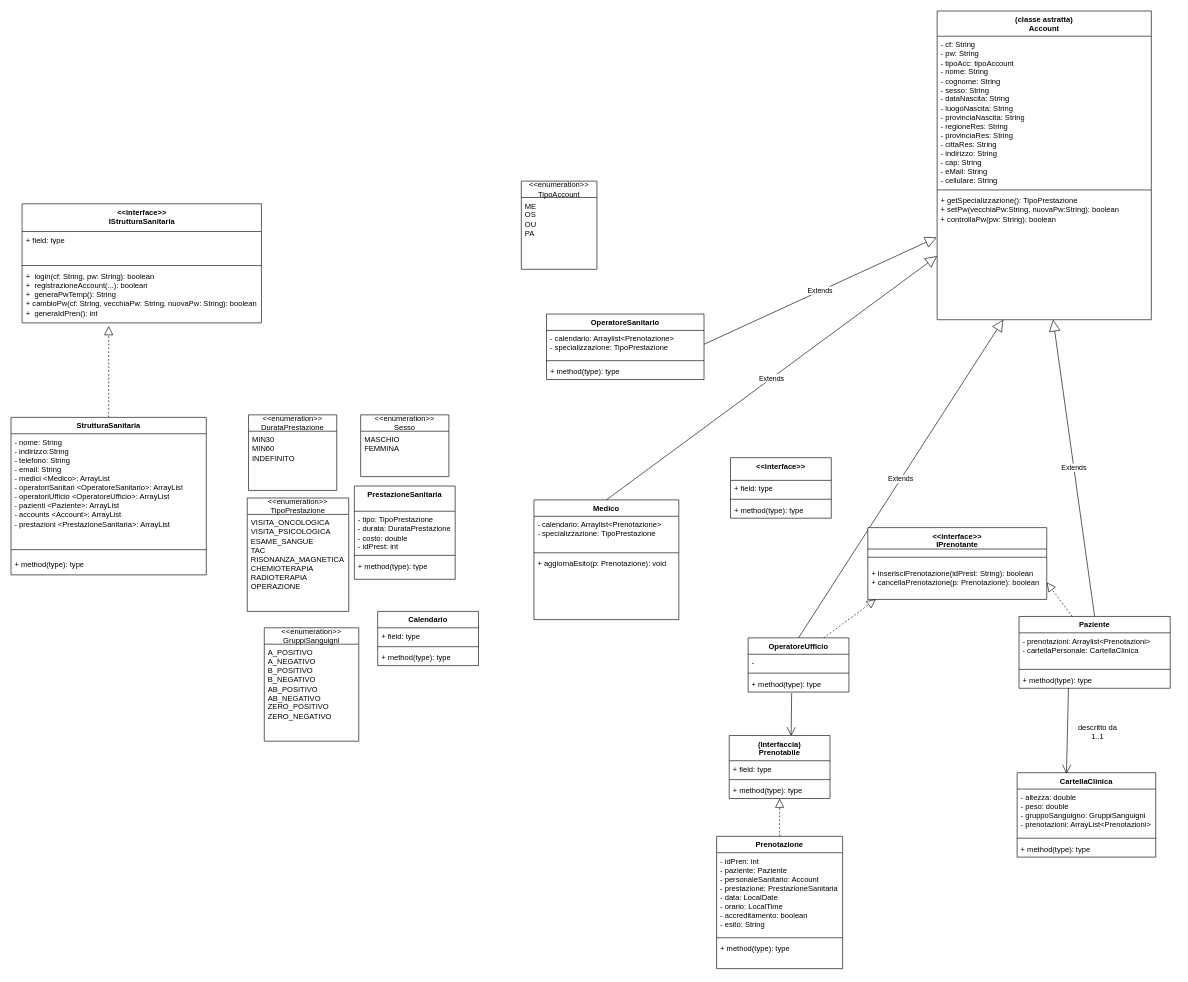
Above: diagramma_UML.drawio in IngSW-unipv/Progetto-D23 (draw.io), before the change. Source tidied: cells renumbered, new cells numbered last; positions are measured from the earlier drawing's top-left corner, leaving out a move shared by most shapes. Both pictures are drawn from the tidied source at 63%, with x=0, y=0 at pixel (11, 11).
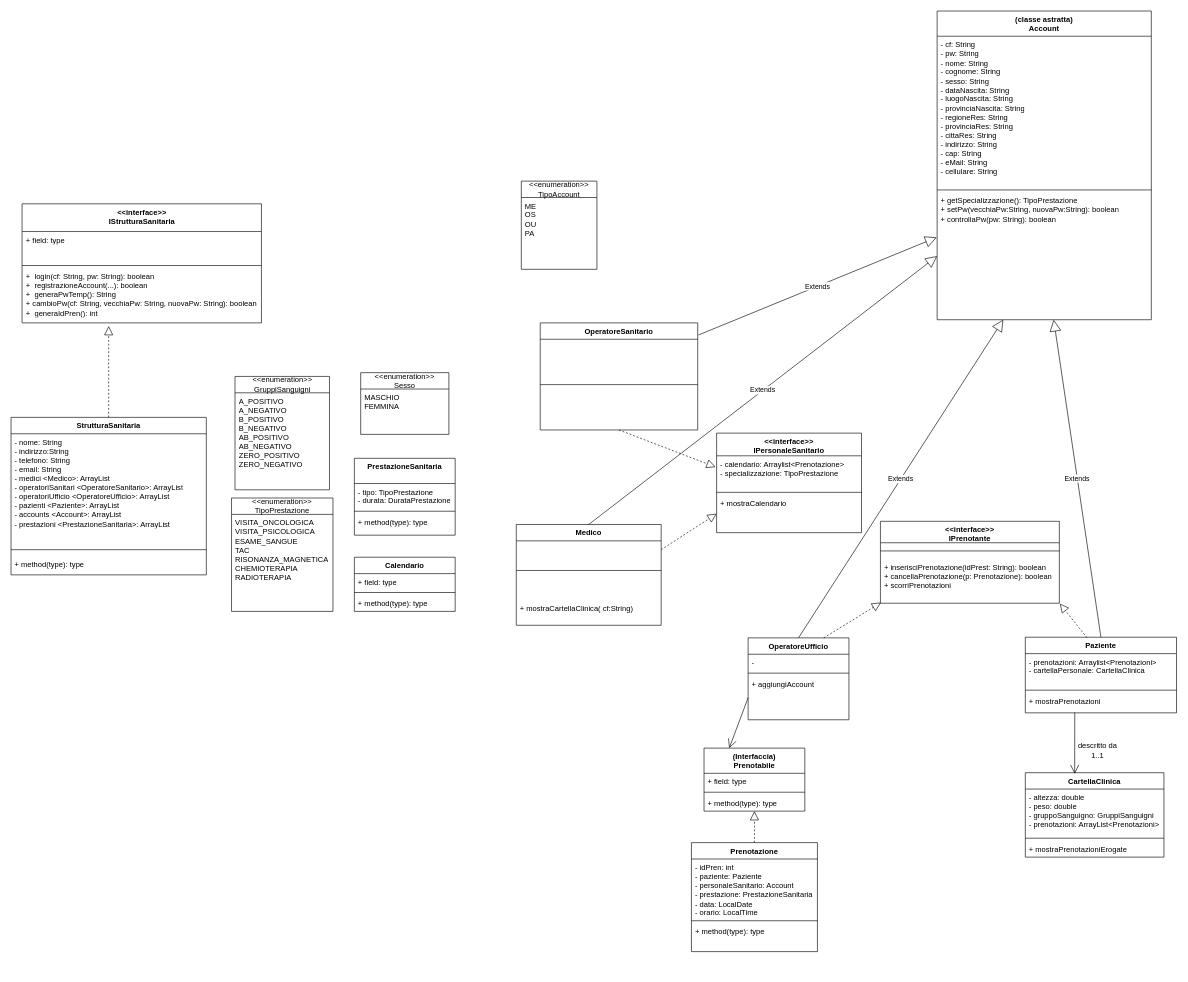
The same page after the edit.

Commit message:
Aggiornamento UML

Unchanged cells that the change refers to:
```xml
<mxCell id="74" value="(classe astratta)&lt;br&gt;Account" style="swimlane;fontStyle=1;align=center;verticalAlign=top;horizontal=1;startSize=40;whiteSpace=wrap;html=1;" parent="1" vertex="1">
  <mxGeometry x="1470" width="340" height="490" as="geometry" />
</mxCell>
```

Change to the diagram source:
```diff
@@
     <mxCell id="2" value="Medico" style="swimlane;fontStyle=1;align=center;verticalAlign=top;horizontal=1;startSize=26;whiteSpace=wrap;html=1;" parent="1" vertex="1">
-      <mxGeometry x="830" y="776" width="230" height="190" as="geometry" />
+      <mxGeometry x="802" y="815" width="230" height="160" as="geometry" />
     </mxCell>
-    <mxCell id="3" value="- calendario: Arraylist&amp;lt;Prenotazione&amp;gt;&lt;br&gt;- specializzazione: TipoPrestazione" style="text;strokeColor=none;fillColor=none;align=left;verticalAlign=top;spacingLeft=4;spacingRight=4;overflow=hidden;whiteSpace=wrap;html=1;" parent="2" vertex="1">
-      <mxGeometry y="26" width="230" height="54" as="geometry" />
-    </mxCell>
     <mxCell id="4" style="line;strokeWidth=1;fillColor=none;align=left;verticalAlign=middle;spacingTop=-1;spacingLeft=3;spacingRight=3;labelPosition=right;strokeColor=inherit;" parent="2" vertex="1">
-      <mxGeometry y="80" width="230" height="8" as="geometry" />
+      <mxGeometry y="26" width="230" height="94" as="geometry" />
     </mxCell>
-    <mxCell id="5" value="+ aggiornaEsito(p: Prenotazione): void" style="text;strokeColor=none;fillColor=none;align=left;verticalAlign=top;spacingLeft=4;spacingRight=4;overflow=hidden;whiteSpace=wrap;html=1;" parent="2" vertex="1">
-      <mxGeometry y="88" width="230" height="102" as="geometry" />
+    <mxCell id="5" value="+ mostraCartellaClinica( cf:String)" style="text;strokeColor=none;fillColor=none;align=left;verticalAlign=top;spacingLeft=4;spacingRight=4;overflow=hidden;whiteSpace=wrap;html=1;" parent="2" vertex="1">
+      <mxGeometry y="120" width="230" height="40" as="geometry" />
     </mxCell>
     <mxCell id="6" value="OperatoreUfficio" style="swimlane;fontStyle=1;align=center;verticalAlign=top;horizontal=1;startSize=26;whiteSpace=wrap;html=1;" parent="1" vertex="1">
-      <mxGeometry x="1170" y="995" width="160" height="86" as="geometry" />
+      <mxGeometry x="1170" y="995" width="160" height="130" as="geometry" />
     </mxCell>
@@
-    <mxCell id="9" value="+ method(type): type" style="text;strokeColor=none;fillColor=none;align=left;verticalAlign=top;spacingLeft=4;spacingRight=4;overflow=hidden;points=[[0,0.5],[1,0.5]];portConstraint=eastwest;whiteSpace=wrap;html=1;" parent="6" vertex="1">
-      <mxGeometry y="60" width="160" height="26" as="geometry" />
+    <mxCell id="9" value="+ aggiungiAccount&lt;br&gt;" style="text;strokeColor=none;fillColor=none;align=left;verticalAlign=top;spacingLeft=4;spacingRight=4;overflow=hidden;points=[[0,0.5],[1,0.5]];portConstraint=eastwest;whiteSpace=wrap;html=1;" parent="6" vertex="1">
+      <mxGeometry y="60" width="160" height="70" as="geometry" />
     </mxCell>
     <mxCell id="10" value="Paziente" style="swimlane;fontStyle=1;align=center;verticalAlign=top;horizontal=1;startSize=26;whiteSpace=wrap;html=1;" parent="1" vertex="1">
-      <mxGeometry x="1600" y="961" width="240" height="114" as="geometry" />
+      <mxGeometry x="1610" y="994" width="240" height="120" as="geometry" />
     </mxCell>
@@
-    <mxCell id="13" value="+ method(type): type" style="text;strokeColor=none;fillColor=none;align=left;verticalAlign=top;spacingLeft=4;spacingRight=4;overflow=hidden;points=[[0,0.5],[1,0.5]];portConstraint=eastwest;whiteSpace=wrap;html=1;" parent="10" vertex="1">
-      <mxGeometry y="88" width="240" height="26" as="geometry" />
+    <mxCell id="13" value="+ mostraPrenotazioni&lt;br&gt;" style="text;strokeColor=none;fillColor=none;align=left;verticalAlign=top;spacingLeft=4;spacingRight=4;overflow=hidden;points=[[0,0.5],[1,0.5]];portConstraint=eastwest;whiteSpace=wrap;html=1;" parent="10" vertex="1">
+      <mxGeometry y="88" width="240" height="32" as="geometry" />
     </mxCell>
     <mxCell id="14" value="CartellaClinica" style="swimlane;fontStyle=1;align=center;verticalAlign=top;horizontal=1;startSize=26;whiteSpace=wrap;html=1;" parent="1" vertex="1">
-      <mxGeometry x="1597" y="1209" width="220" height="134" as="geometry" />
+      <mxGeometry x="1610" y="1209" width="220" height="134" as="geometry" />
     </mxCell>
@@
-    <mxCell id="17" value="+ method(type): type" style="text;strokeColor=none;fillColor=none;align=left;verticalAlign=top;spacingLeft=4;spacingRight=4;overflow=hidden;whiteSpace=wrap;html=1;" parent="14" vertex="1">
+    <mxCell id="17" value="+ mostraPrenotazioniErogate" style="text;strokeColor=none;fillColor=none;align=left;verticalAlign=top;spacingLeft=4;spacingRight=4;overflow=hidden;whiteSpace=wrap;html=1;" parent="14" vertex="1">
       <mxGeometry y="108" width="220" height="26" as="geometry" />
     </mxCell>
@@
     <mxCell id="22" value="descritto da&lt;br&gt;1..1" style="text;strokeColor=none;align=center;fillColor=none;html=1;verticalAlign=middle;whiteSpace=wrap;rounded=0;" parent="1" vertex="1">
-      <mxGeometry x="1690" y="1129" width="70" height="30" as="geometry" />
+      <mxGeometry x="1690" y="1159" width="70" height="30" as="geometry" />
     </mxCell>
     <mxCell id="23" value="Calendario" style="swimlane;fontStyle=1;align=center;verticalAlign=top;horizontal=1;startSize=26;whiteSpace=wrap;html=1;" parent="1" vertex="1">
-      <mxGeometry x="582" y="953" width="160" height="86" as="geometry" />
+      <mxGeometry x="545" y="867" width="160" height="86" as="geometry" />
     </mxCell>
@@
     <mxCell id="29" value="OperatoreSanitario" style="swimlane;fontStyle=1;align=center;verticalAlign=top;horizontal=1;startSize=26;whiteSpace=wrap;html=1;" parent="1" vertex="1">
-      <mxGeometry x="850" y="481" width="250" height="104" as="geometry" />
+      <mxGeometry x="840" y="495" width="250" height="170" as="geometry" />
     </mxCell>
-    <mxCell id="30" value="- calendario: Arraylist&amp;lt;Prenotazione&amp;gt;&lt;br style=&quot;border-color: var(--border-color);&quot;&gt;- specializzazione: TipoPrestazione" style="text;strokeColor=none;fillColor=none;align=left;verticalAlign=top;spacingLeft=4;spacingRight=4;overflow=hidden;points=[[0,0.5],[1,0.5]];portConstraint=eastwest;whiteSpace=wrap;html=1;" parent="29" vertex="1">
-      <mxGeometry y="26" width="250" height="44" as="geometry" />
-    </mxCell>
     <mxCell id="31" style="line;strokeWidth=1;fillColor=none;align=left;verticalAlign=middle;spacingTop=-1;spacingLeft=3;spacingRight=3;labelPosition=right;strokeColor=inherit;" parent="29" vertex="1">
-      <mxGeometry y="70" width="250" height="8" as="geometry" />
+      <mxGeometry y="26" width="250" height="144" as="geometry" />
     </mxCell>
-    <mxCell id="32" value="+ method(type): type" style="text;strokeColor=none;fillColor=none;align=left;verticalAlign=top;spacingLeft=4;spacingRight=4;overflow=hidden;whiteSpace=wrap;html=1;" parent="29" vertex="1">
-      <mxGeometry y="78" width="250" height="26" as="geometry" />
-    </mxCell>
-    <mxCell id="33" value="Extends" style="endArrow=block;endSize=16;endFill=0;html=1;rounded=0;exitX=1;exitY=0.5;exitDx=0;exitDy=0;entryX=-0.002;entryY=0.353;entryDx=0;entryDy=0;entryPerimeter=0;" parent="1" edge="1" source="30" target="77">
+    <mxCell id="33" value="Extends" style="endArrow=block;endSize=16;endFill=0;html=1;rounded=0;entryX=-0.002;entryY=0.353;entryDx=0;entryDy=0;entryPerimeter=0;exitX=1.005;exitY=0.113;exitDx=0;exitDy=0;exitPerimeter=0;" parent="1" edge="1" source="29" target="77">
       <mxGeometry relative="1" as="geometry" />
     </mxCell>
@@
     <mxCell id="38" value="PrestazioneSanitaria" style="swimlane;fontStyle=1;align=center;verticalAlign=top;horizontal=1;startSize=40;whiteSpace=wrap;html=1;" parent="1" vertex="1">
-      <mxGeometry x="545" y="754" width="160" height="148" as="geometry" />
+      <mxGeometry x="545" y="710" width="160" height="122" as="geometry" />
     </mxCell>
-    <mxCell id="39" value="- tipo: TipoPrestazione&lt;br&gt;- durata: DurataPrestazione&lt;br&gt;- costo: double&lt;br&gt;- idPrest: int" style="text;strokeColor=none;fillColor=none;align=left;verticalAlign=top;spacingLeft=4;spacingRight=4;overflow=hidden;whiteSpace=wrap;html=1;" parent="38" vertex="1">
-      <mxGeometry y="40" width="160" height="66" as="geometry" />
+    <mxCell id="39" value="- tipo: TipoPrestazione&lt;br&gt;- durata: DurataPrestazione&lt;br&gt;" style="text;strokeColor=none;fillColor=none;align=left;verticalAlign=top;spacingLeft=4;spacingRight=4;overflow=hidden;whiteSpace=wrap;html=1;" parent="38" vertex="1">
+      <mxGeometry y="40" width="160" height="40" as="geometry" />
     </mxCell>
     <mxCell id="40" style="line;strokeWidth=1;fillColor=none;align=left;verticalAlign=middle;spacingTop=-1;spacingLeft=3;spacingRight=3;labelPosition=right;strokeColor=inherit;" parent="38" vertex="1">
-      <mxGeometry y="106" width="160" height="8" as="geometry" />
+      <mxGeometry y="80" width="160" height="8" as="geometry" />
     </mxCell>
     <mxCell id="41" value="+ method(type): type" style="text;strokeColor=none;fillColor=none;align=left;verticalAlign=top;spacingLeft=4;spacingRight=4;overflow=hidden;whiteSpace=wrap;html=1;" parent="38" vertex="1">
-      <mxGeometry y="114" width="160" height="34" as="geometry" />
+      <mxGeometry y="88" width="160" height="34" as="geometry" />
     </mxCell>
-    <mxCell id="42" value="&amp;lt;&amp;lt;enumeration&amp;gt;&amp;gt;&lt;br style=&quot;border-color: var(--border-color);&quot;&gt;DurataPrestazione" style="swimlane;fontStyle=0;horizontal=1;startSize=26;fillColor=none;whiteSpace=wrap;html=1;" parent="1" vertex="1">
-      <mxGeometry x="377" y="641" width="140" height="120" as="geometry" />
-    </mxCell>
-    <mxCell id="43" value="MIN30&lt;br&gt;MIN60&lt;br&gt;INDEFINITO&lt;br&gt;&lt;br&gt;" style="text;strokeColor=none;fillColor=none;align=left;verticalAlign=top;spacingLeft=4;spacingRight=4;overflow=hidden;whiteSpace=wrap;html=1;" parent="42" vertex="1">
-      <mxGeometry y="26" width="140" height="94" as="geometry" />
-    </mxCell>
     <mxCell id="44" value="&amp;lt;&amp;lt;enumeration&amp;gt;&amp;gt;&lt;br style=&quot;border-color: var(--border-color);&quot;&gt;TipoPrestazione" style="swimlane;fontStyle=0;horizontal=1;startSize=26;fillColor=none;whiteSpace=wrap;html=1;" parent="1" vertex="1">
-      <mxGeometry x="375" y="773" width="161" height="180" as="geometry" />
+      <mxGeometry x="350" y="773" width="161" height="180" as="geometry" />
     </mxCell>
-    <mxCell id="45" value="VISITA_ONCOLOGICA&lt;br&gt;VISITA_PSICOLOGICA&lt;br&gt;ESAME_SANGUE&lt;br&gt;TAC&lt;br&gt;RISONANZA_MAGNETICA&lt;br&gt;CHEMIOTERAPIA&lt;br&gt;RADIOTERAPIA&lt;br&gt;OPERAZIONE&lt;br&gt;&lt;br&gt;" style="text;strokeColor=none;fillColor=none;align=left;verticalAlign=top;spacingLeft=4;spacingRight=4;overflow=hidden;whiteSpace=wrap;html=1;" parent="44" vertex="1">
+    <mxCell id="45" value="VISITA_ONCOLOGICA&lt;br&gt;VISITA_PSICOLOGICA&lt;br&gt;ESAME_SANGUE&lt;br&gt;TAC&lt;br&gt;RISONANZA_MAGNETICA&lt;br&gt;CHEMIOTERAPIA&lt;br&gt;RADIOTERAPIA&lt;br&gt;&lt;br&gt;" style="text;strokeColor=none;fillColor=none;align=left;verticalAlign=top;spacingLeft=4;spacingRight=4;overflow=hidden;whiteSpace=wrap;html=1;" parent="44" vertex="1">
       <mxGeometry y="26" width="161" height="154" as="geometry" />
     </mxCell>
     <mxCell id="46" value="Prenotazione" style="swimlane;fontStyle=1;align=center;verticalAlign=top;horizontal=1;startSize=26;whiteSpace=wrap;html=1;" parent="1" vertex="1">
-      <mxGeometry x="1120" y="1310" width="200" height="210" as="geometry" />
+      <mxGeometry x="1080" y="1320" width="200" height="173" as="geometry" />
     </mxCell>
-    <mxCell id="47" value="- idPren: int&lt;br&gt;- paziente: Paziente&lt;br&gt;- personaleSanitario: Account&lt;br&gt;- prestazione: PrestazioneSanitaria&lt;br&gt;- data: LocalDate&lt;br&gt;- orario: LocalTime&lt;br&gt;- accreditamento: boolean&lt;br&gt;- esito: String" style="text;strokeColor=none;fillColor=none;align=left;verticalAlign=top;spacingLeft=4;spacingRight=4;overflow=hidden;whiteSpace=wrap;html=1;" parent="46" vertex="1">
-      <mxGeometry y="26" width="200" height="131" as="geometry" />
+    <mxCell id="47" value="- idPren: int&lt;br&gt;- paziente: Paziente&lt;br&gt;- personaleSanitario: Account&lt;br&gt;- prestazione: PrestazioneSanitaria&lt;br&gt;- data: LocalDate&lt;br&gt;- orario: LocalTime&lt;br&gt;&lt;br&gt;" style="text;strokeColor=none;fillColor=none;align=left;verticalAlign=top;spacingLeft=4;spacingRight=4;overflow=hidden;whiteSpace=wrap;html=1;" parent="46" vertex="1">
+      <mxGeometry y="26" width="200" height="94" as="geometry" />
     </mxCell>
     <mxCell id="48" style="line;strokeWidth=1;fillColor=none;align=left;verticalAlign=middle;spacingTop=-1;spacingLeft=3;spacingRight=3;labelPosition=right;strokeColor=inherit;" parent="46" vertex="1">
-      <mxGeometry y="157" width="200" height="8" as="geometry" />
+      <mxGeometry y="120" width="200" height="8" as="geometry" />
     </mxCell>
     <mxCell id="49" value="+ method(type): type" style="text;strokeColor=none;fillColor=none;align=left;verticalAlign=top;spacingLeft=4;spacingRight=4;overflow=hidden;whiteSpace=wrap;html=1;" parent="46" vertex="1">
-      <mxGeometry y="165" width="200" height="45" as="geometry" />
+      <mxGeometry y="128" width="200" height="45" as="geometry" />
     </mxCell>
-    <mxCell id="50" style="endArrow=open;endFill=1;endSize=12;html=1;rounded=0;exitX=0.432;exitY=1.059;exitDx=0;exitDy=0;exitPerimeter=0;entryX=0.614;entryY=0.008;entryDx=0;entryDy=0;entryPerimeter=0;" parent="1" edge="1" source="9" target="51">
+    <mxCell id="50" style="endArrow=open;endFill=1;endSize=12;html=1;rounded=0;entryX=0.25;entryY=0;entryDx=0;entryDy=0;exitX=0;exitY=0.5;exitDx=0;exitDy=0;" parent="1" edge="1" source="9" target="51">
       <mxGeometry relative="1" as="geometry" />
     </mxCell>
     <mxCell id="51" value="(Interfaccia)&lt;br&gt;Prenotabile" style="swimlane;fontStyle=1;align=center;verticalAlign=top;horizontal=1;startSize=40;whiteSpace=wrap;html=1;" parent="1" vertex="1">
-      <mxGeometry x="1140" y="1150" width="160" height="100" as="geometry" />
+      <mxGeometry x="1100" y="1170" width="160" height="100" as="geometry" />
     </mxCell>
@@
     <mxCell id="56" value="&amp;lt;&amp;lt;interface&amp;gt;&amp;gt;&lt;br&gt;IPrenotante" style="swimlane;fontStyle=1;align=center;verticalAlign=top;horizontal=1;startSize=34;whiteSpace=wrap;html=1;" parent="1" vertex="1">
-      <mxGeometry x="1360" y="820" width="284" height="114" as="geometry" />
+      <mxGeometry x="1380" y="810" width="284" height="130" as="geometry" />
     </mxCell>
@@
-    <mxCell id="58" value="+ inserisciPrenotazione(idPrest: String): boolean&lt;br&gt;+ cancellaPrenotazione(p: Prenotazione): boolean" style="text;strokeColor=none;fillColor=none;align=left;verticalAlign=top;spacingLeft=4;spacingRight=4;overflow=hidden;points=[[0,0.5],[1,0.5]];portConstraint=eastwest;whiteSpace=wrap;html=1;" parent="56" vertex="1">
-      <mxGeometry y="60" width="284" height="54" as="geometry" />
+    <mxCell id="58" value="+ inserisciPrenotazione(idPrest: String): boolean&lt;br&gt;+ cancellaPrenotazione(p: Prenotazione): boolean&lt;br&gt;+ scorriPrenotazioni" style="text;strokeColor=none;fillColor=none;align=left;verticalAlign=top;spacingLeft=4;spacingRight=4;overflow=hidden;points=[[0,0.5],[1,0.5]];portConstraint=eastwest;whiteSpace=wrap;html=1;" parent="56" vertex="1">
+      <mxGeometry y="60" width="284" height="70" as="geometry" />
     </mxCell>
-    <mxCell id="59" style="endArrow=block;dashed=1;endFill=0;endSize=12;html=1;rounded=0;exitX=0.75;exitY=0;exitDx=0;exitDy=0;entryX=0.045;entryY=0.997;entryDx=0;entryDy=0;entryPerimeter=0;" parent="1" edge="1" source="6" target="58">
+    <mxCell id="59" style="endArrow=block;dashed=1;endFill=0;endSize=12;html=1;rounded=0;exitX=0.75;exitY=0;exitDx=0;exitDy=0;entryX=0.003;entryY=0.986;entryDx=0;entryDy=0;entryPerimeter=0;" parent="1" edge="1" source="6" target="58">
       <mxGeometry relative="1" as="geometry" />
     </mxCell>
-    <mxCell id="60" style="endArrow=block;dashed=1;endFill=0;endSize=12;html=1;rounded=0;exitX=0.25;exitY=0;exitDx=0;exitDy=0;entryX=1;entryY=0.5;entryDx=0;entryDy=0;" parent="1" edge="1" target="58">
-      <mxGeometry relative="1" as="geometry">
-        <mxPoint x="1684.6" y="961" as="sourcePoint" />
-      </mxGeometry>
+    <mxCell id="60" style="endArrow=block;dashed=1;endFill=0;endSize=12;html=1;rounded=0;exitX=0.408;exitY=0.007;exitDx=0;exitDy=0;entryX=1.003;entryY=1.009;entryDx=0;entryDy=0;entryPerimeter=0;exitPerimeter=0;" parent="1" edge="1" source="10" target="58">
+      <mxGeometry relative="1" as="geometry" />
     </mxCell>
-    <mxCell id="61" value="&amp;lt;&amp;lt;interface&amp;gt;&amp;gt;&lt;br&gt;" style="swimlane;fontStyle=1;align=center;verticalAlign=top;horizontal=1;startSize=36;whiteSpace=wrap;html=1;" parent="1" vertex="1">
-      <mxGeometry x="1142" y="709" width="160" height="96" as="geometry" />
+    <mxCell id="61" value="&amp;lt;&amp;lt;interface&amp;gt;&amp;gt;&lt;br&gt;IPersonaleSanitario" style="swimlane;fontStyle=1;align=center;verticalAlign=top;horizontal=1;startSize=36;whiteSpace=wrap;html=1;" parent="1" vertex="1">
+      <mxGeometry x="1120" y="670" width="230" height="158" as="geometry" />
     </mxCell>
-    <mxCell id="62" value="+ field: type" style="text;strokeColor=none;fillColor=none;align=left;verticalAlign=top;spacingLeft=4;spacingRight=4;overflow=hidden;points=[[0,0.5],[1,0.5]];portConstraint=eastwest;whiteSpace=wrap;html=1;" parent="61" vertex="1">
-      <mxGeometry y="36" width="160" height="26" as="geometry" />
+    <mxCell id="62" value="- calendario: Arraylist&amp;lt;Prenotazione&amp;gt;&lt;br style=&quot;border-color: var(--border-color);&quot;&gt;- specializzazione: TipoPrestazione" style="text;strokeColor=none;fillColor=none;align=left;verticalAlign=top;spacingLeft=4;spacingRight=4;overflow=hidden;points=[[0,0.5],[1,0.5]];portConstraint=eastwest;whiteSpace=wrap;html=1;" parent="61" vertex="1">
+      <mxGeometry y="36" width="230" height="54" as="geometry" />
     </mxCell>
     <mxCell id="63" style="line;strokeWidth=1;fillColor=none;align=left;verticalAlign=middle;spacingTop=-1;spacingLeft=3;spacingRight=3;labelPosition=right;strokeColor=inherit;" parent="61" vertex="1">
-      <mxGeometry y="62" width="160" height="8" as="geometry" />
+      <mxGeometry y="90" width="230" height="8" as="geometry" />
     </mxCell>
-    <mxCell id="64" value="+ method(type): type" style="text;strokeColor=none;fillColor=none;align=left;verticalAlign=top;spacingLeft=4;spacingRight=4;overflow=hidden;points=[[0,0.5],[1,0.5]];portConstraint=eastwest;whiteSpace=wrap;html=1;" parent="61" vertex="1">
-      <mxGeometry y="70" width="160" height="26" as="geometry" />
+    <mxCell id="64" value="+ mostraCalendario" style="text;strokeColor=none;fillColor=none;align=left;verticalAlign=top;spacingLeft=4;spacingRight=4;overflow=hidden;points=[[0,0.5],[1,0.5]];portConstraint=eastwest;whiteSpace=wrap;html=1;" parent="61" vertex="1">
+      <mxGeometry y="98" width="230" height="60" as="geometry" />
     </mxCell>
     <mxCell id="65" value="&amp;lt;&amp;lt;enumeration&amp;gt;&amp;gt;&lt;br style=&quot;border-color: var(--border-color);&quot;&gt;Sesso" style="swimlane;fontStyle=0;horizontal=1;startSize=26;fillColor=none;whiteSpace=wrap;html=1;" parent="1" vertex="1">
-      <mxGeometry x="555" y="641" width="140" height="98" as="geometry" />
+      <mxGeometry x="555" y="574" width="140" height="98" as="geometry" />
     </mxCell>
@@
     <mxCell id="67" value="&amp;lt;&amp;lt;enumeration&amp;gt;&amp;gt;&lt;br style=&quot;border-color: var(--border-color);&quot;&gt;GruppiSanguigni" style="swimlane;fontStyle=0;horizontal=1;startSize=26;fillColor=none;whiteSpace=wrap;html=1;" parent="1" vertex="1">
-      <mxGeometry x="402" y="979" width="150" height="180" as="geometry" />
+      <mxGeometry x="355.5" y="580" width="150" height="180" as="geometry" />
     </mxCell>
@@
-    <mxCell id="75" value="- cf: String&lt;br&gt;- pw: String&lt;br&gt;- tipoAcc: tipoAccount&lt;br&gt;- nome: String&lt;br&gt;- cognome: String&lt;br&gt;- sesso: String&lt;br&gt;- dataNascita: String&lt;br&gt;- luogoNascita: String&lt;br&gt;- provinciaNascita: String&lt;br&gt;- regioneRes: String&lt;br&gt;- provinciaRes: String&lt;br&gt;- cittaRes: String&lt;br&gt;- indirizzo: String&lt;br&gt;- cap: String&lt;br&gt;- eMail: String&lt;br&gt;- cellulare: String" style="text;strokeColor=none;fillColor=none;align=left;verticalAlign=top;spacingLeft=4;spacingRight=4;overflow=hidden;whiteSpace=wrap;html=1;" parent="74" vertex="1">
+    <mxCell id="75" value="- cf: String&lt;br&gt;- pw: String&lt;br&gt;- nome: String&lt;br&gt;- cognome: String&lt;br&gt;- sesso: String&lt;br&gt;- dataNascita: String&lt;br&gt;- luogoNascita: String&lt;br&gt;- provinciaNascita: String&lt;br&gt;- regioneRes: String&lt;br&gt;- provinciaRes: String&lt;br&gt;- cittaRes: String&lt;br&gt;- indirizzo: String&lt;br&gt;- cap: String&lt;br&gt;- eMail: String&lt;br&gt;- cellulare: String" style="text;strokeColor=none;fillColor=none;align=left;verticalAlign=top;spacingLeft=4;spacingRight=4;overflow=hidden;whiteSpace=wrap;html=1;" parent="74" vertex="1">
       <mxGeometry y="40" width="340" height="240" as="geometry" />
     </mxCell>
@@
-    <mxCell id="77" value="+ getSpecializzazione(): TipoPrestazione&lt;br&gt;+&amp;nbsp;setPw(vecchiaPw:String, nuovaPw:String): boolean&lt;br&gt;+ controllaPw(pw: String): boolean" style="text;strokeColor=none;fillColor=none;align=left;verticalAlign=top;spacingLeft=4;spacingRight=4;overflow=hidden;points=[[0,0.5],[1,0.5]];portConstraint=eastwest;whiteSpace=wrap;html=1;" parent="74" vertex="1">
+    <mxCell id="77" value="+ getSpecializzazione(): TipoPrestazione&lt;br&gt;+&amp;nbsp;setPw(vecchiaPw:String, nuovaPw:String): boolean&lt;br&gt;+ controllaPw(pw: String): boolean&lt;br&gt;" style="text;strokeColor=none;fillColor=none;align=left;verticalAlign=top;spacingLeft=4;spacingRight=4;overflow=hidden;points=[[0,0.5],[1,0.5]];portConstraint=eastwest;whiteSpace=wrap;html=1;" parent="74" vertex="1">
       <mxGeometry y="288" width="340" height="202" as="geometry" />
     </mxCell>
+    <mxCell id="78" style="endArrow=block;dashed=1;endFill=0;endSize=12;html=1;rounded=0;exitX=1;exitY=0.25;exitDx=0;exitDy=0;entryX=0;entryY=0.5;entryDx=0;entryDy=0;" parent="1" edge="1" source="2" target="64">
+      <mxGeometry relative="1" as="geometry" />
+    </mxCell>
+    <mxCell id="79" style="endArrow=block;dashed=1;endFill=0;endSize=12;html=1;rounded=0;entryX=-0.007;entryY=0.33;entryDx=0;entryDy=0;entryPerimeter=0;exitX=0.5;exitY=1;exitDx=0;exitDy=0;" parent="1" edge="1" source="29" target="62">
+      <mxGeometry relative="1" as="geometry" />
+    </mxCell>
```
